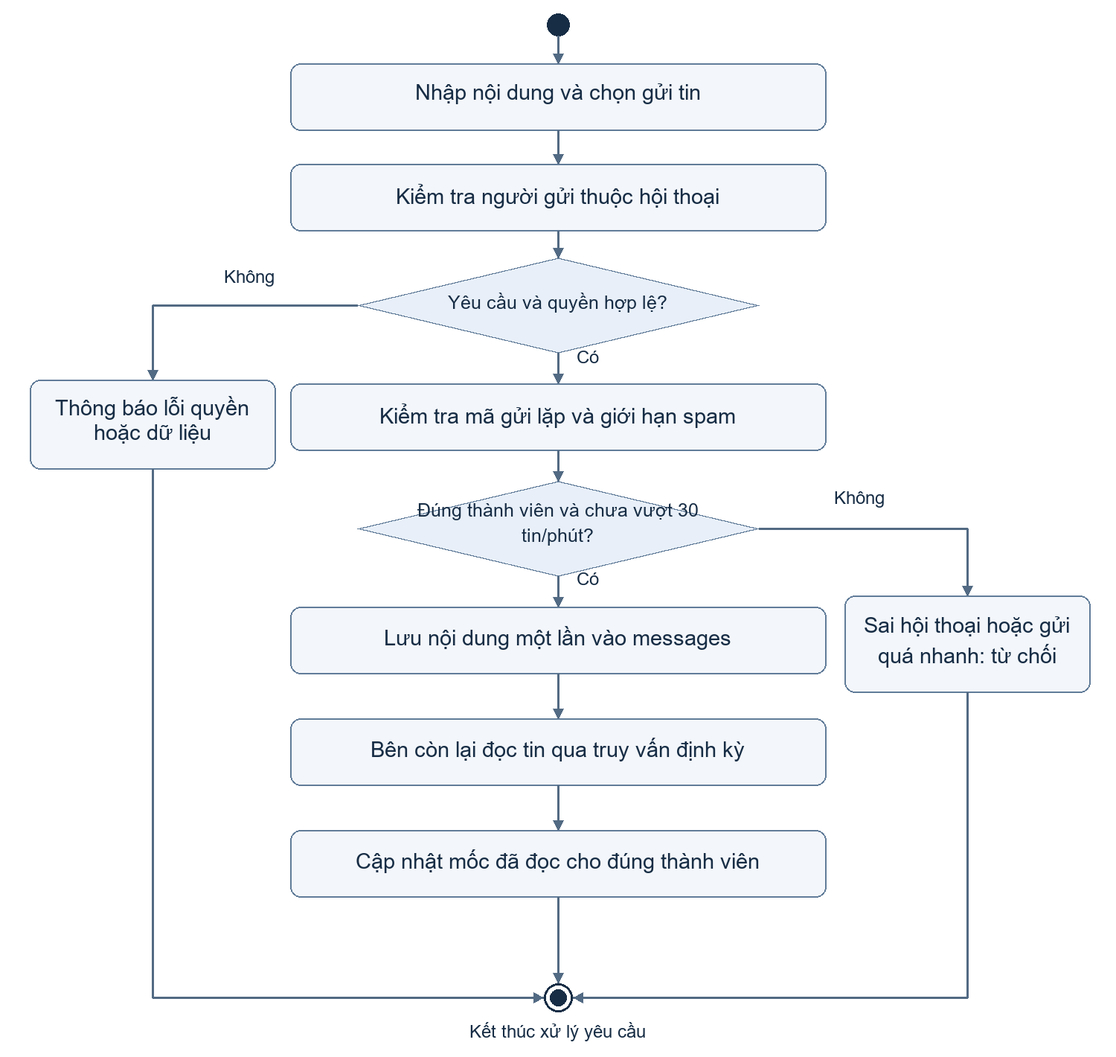
This is docs/so-do-chi-tiet/UC18-hoat-dong.png from Nguyendepzai1/tro-xanh, a PlantUML export, as it was before one commit. Its source is kept beside it as docs/so-do-chi-tiet/UC18-hoat-dong.puml.
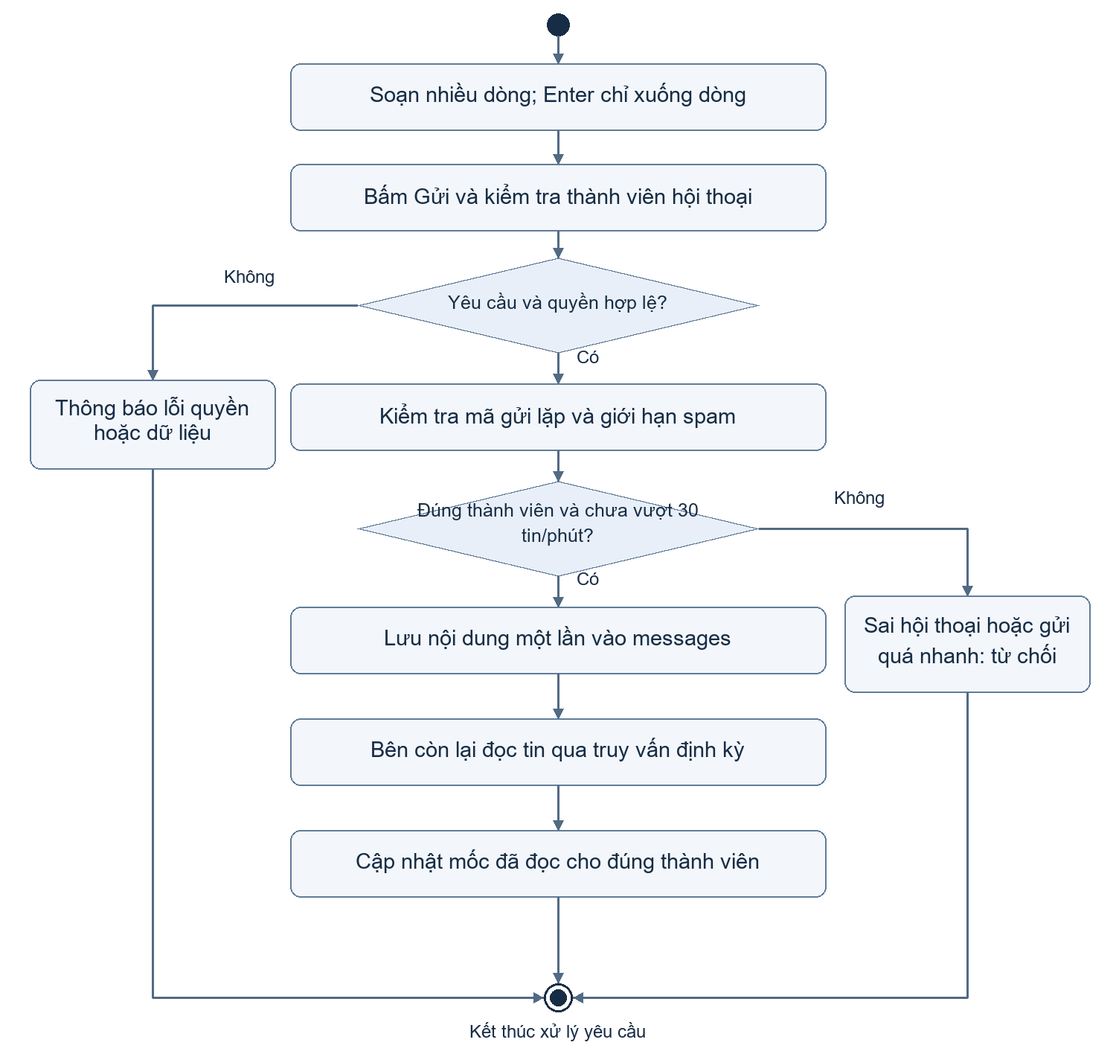
Later version of the same file.

The edit, as a diff of the source:
```diff
@@ -1,8 +1,8 @@
 @startuml
 title UC18 Trò chuyện hai chiều
 start
-:Nhập nội dung và chọn gửi tin;
-:Kiểm tra người gửi thuộc hội thoại;
+:Soạn nhiều dòng; Enter chỉ xuống dòng;
+:Bấm Gửi và kiểm tra thành viên hội thoại;
 if (Yêu cầu và quyền hợp lệ?) then (Có)
 :Kiểm tra mã gửi lặp và giới hạn spam;
 if (Đúng thành viên và chưa vượt 30 tin/phút?) then (Có)
```
